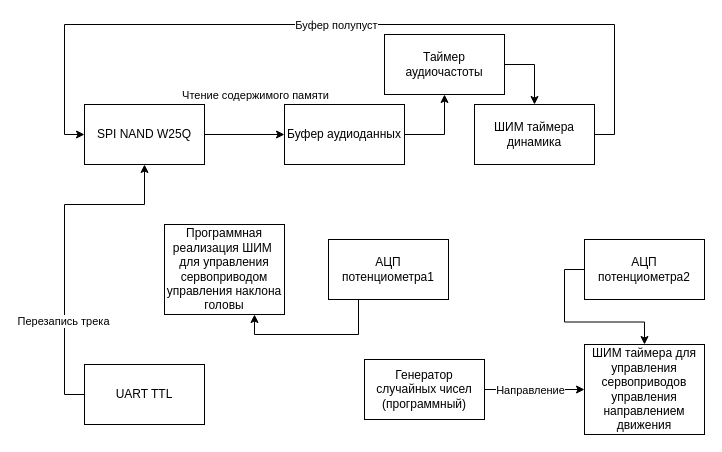
This is Архитектура.drawio from takhv/skibidi-dop-dop, a draw.io file, before an edit. Source tidied: cells renumbered, new cells numbered last; positions are measured from the earlier drawing's top-left corner, leaving out a move shared by most shapes. Both pictures are drawn from the tidied source at 100%, with x=0, y=0 at pixel (64, 24).
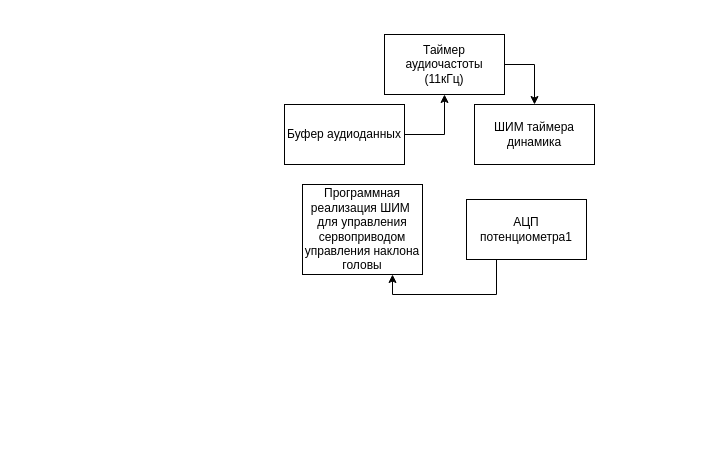
The same page after the edit.

The change refers to these unchanged cells:
```xml
<mxCell id="3" value="Буфер аудиоданных" style="rounded=0;whiteSpace=wrap;html=1;" parent="1" vertex="1">
  <mxGeometry x="220" y="80" width="120" height="60" as="geometry" />
</mxCell>
<mxCell id="9" value="ШИМ таймера динамика" style="rounded=0;whiteSpace=wrap;html=1;" parent="1" vertex="1">
  <mxGeometry x="410" y="80" width="120" height="60" as="geometry" />
</mxCell>
```

Change to the diagram source:
```diff
@@
-    <mxCell id="4" style="edgeStyle=orthogonalEdgeStyle;rounded=0;jettySize=auto;html=1;exitX=1;exitY=0.5;exitDx=0;exitDy=0;entryX=0;entryY=0.5;entryDx=0;entryDy=0;" parent="1" edge="1" source="6" target="3">
-      <mxGeometry relative="1" as="geometry" />
-    </mxCell>
-    <mxCell id="5" value="Чтение содержимого памяти" style="edgeLabel;html=1;align=center;verticalAlign=middle;" parent="4" vertex="1">
-      <mxGeometry x="-0.1" relative="1" as="geometry">
-        <mxPoint x="14" y="-40" as="offset" />
-      </mxGeometry>
-    </mxCell>
-    <mxCell id="6" value="SPI NAND W25Q" style="rounded=0;whiteSpace=wrap;html=1;" parent="1" vertex="1">
-      <mxGeometry x="20" y="80" width="120" height="60" as="geometry" />
-    </mxCell>
-    <mxCell id="7" style="edgeStyle=orthogonalEdgeStyle;rounded=0;jettySize=auto;html=1;exitX=1;exitY=0.5;exitDx=0;exitDy=0;entryX=0;entryY=0.5;entryDx=0;entryDy=0;" parent="1" edge="1" source="9" target="6">
-      <mxGeometry relative="1" as="geometry">
-        <Array as="points">
-          <mxPoint x="550" y="110" />
-          <mxPoint x="550" />
-          <mxPoint />
-          <mxPoint y="110" />
-        </Array>
-      </mxGeometry>
-    </mxCell>
-    <mxCell id="8" value="Буфер полупуст" style="edgeLabel;html=1;align=center;verticalAlign=middle;" parent="7" vertex="1">
-      <mxGeometry x="0.01" y="2" relative="1" as="geometry">
-        <mxPoint y="-2" as="offset" />
-      </mxGeometry>
-    </mxCell>
@@
-    <mxCell id="10" style="edgeStyle=orthogonalEdgeStyle;rounded=0;jettySize=auto;html=1;exitX=1;exitY=0.5;exitDx=0;exitDy=0;entryX=0;entryY=0.5;entryDx=0;entryDy=0;" parent="1" edge="1" source="12" target="14">
-      <mxGeometry relative="1" as="geometry" />
-    </mxCell>
-    <mxCell id="11" value="Направление" style="edgeLabel;html=1;align=center;verticalAlign=middle;" parent="10" vertex="1">
-      <mxGeometry x="-0.11" relative="1" as="geometry" />
-    </mxCell>
-    <mxCell id="12" value="Генератор случайных чисел (программный)" style="rounded=0;whiteSpace=wrap;html=1;" parent="1" vertex="1">
-      <mxGeometry x="300" y="335" width="120" height="60" as="geometry" />
-    </mxCell>
     <mxCell id="13" value="Программная реализация ШИМ&amp;nbsp; для управления сервоприводом управления наклона головы" style="rounded=0;whiteSpace=wrap;html=1;" parent="1" vertex="1">
-      <mxGeometry x="100" y="200" width="120" height="90" as="geometry" />
+      <mxGeometry x="238" y="160" width="120" height="90" as="geometry" />
     </mxCell>
-    <mxCell id="14" value="ШИМ таймера для управления сервоприводов управления направлением движения" style="rounded=0;whiteSpace=wrap;html=1;" parent="1" vertex="1">
-      <mxGeometry x="520" y="320" width="120" height="90" as="geometry" />
-    </mxCell>
-    <mxCell id="15" style="edgeStyle=orthogonalEdgeStyle;rounded=0;jettySize=auto;html=1;exitX=0;exitY=0.5;exitDx=0;exitDy=0;" parent="1" edge="1" source="17" target="6">
-      <mxGeometry relative="1" as="geometry">
-        <Array as="points">
-          <mxPoint y="370" />
-          <mxPoint y="180" />
-          <mxPoint x="80" y="180" />
-        </Array>
-      </mxGeometry>
-    </mxCell>
-    <mxCell id="16" value="Перезапись трека" style="edgeLabel;html=1;align=center;verticalAlign=middle;" parent="15" vertex="1">
-      <mxGeometry x="-0.43" y="2" relative="1" as="geometry" />
-    </mxCell>
-    <mxCell id="17" value="UART TTL" style="rounded=0;whiteSpace=wrap;html=1;" parent="1" vertex="1">
-      <mxGeometry x="20" y="340" width="120" height="60" as="geometry" />
-    </mxCell>
@@
-    <mxCell id="19" value="Таймер аудиочастоты" style="rounded=0;whiteSpace=wrap;html=1;" parent="1" vertex="1">
+    <mxCell id="19" value="Таймер аудиочастоты (11кГц)" style="rounded=0;whiteSpace=wrap;html=1;" parent="1" vertex="1">
       <mxGeometry x="320" y="10" width="120" height="60" as="geometry" />
     </mxCell>
@@
     <mxCell id="21" value="АЦП потенциометра1" style="rounded=0;whiteSpace=wrap;html=1;" parent="1" vertex="1">
-      <mxGeometry x="264" y="215" width="120" height="60" as="geometry" />
+      <mxGeometry x="402" y="175" width="120" height="60" as="geometry" />
     </mxCell>
-    <mxCell id="22" style="edgeStyle=orthogonalEdgeStyle;rounded=0;jettySize=auto;html=1;exitX=0;exitY=0.5;exitDx=0;exitDy=0;entryX=0.5;entryY=0;entryDx=0;entryDy=0;" parent="1" edge="1" source="23" target="14">
-      <mxGeometry relative="1" as="geometry" />
-    </mxCell>
-    <mxCell id="23" value="АЦП потенциометра2" style="rounded=0;whiteSpace=wrap;html=1;" parent="1" vertex="1">
-      <mxGeometry x="520" y="215" width="120" height="60" as="geometry" />
-    </mxCell>
```
